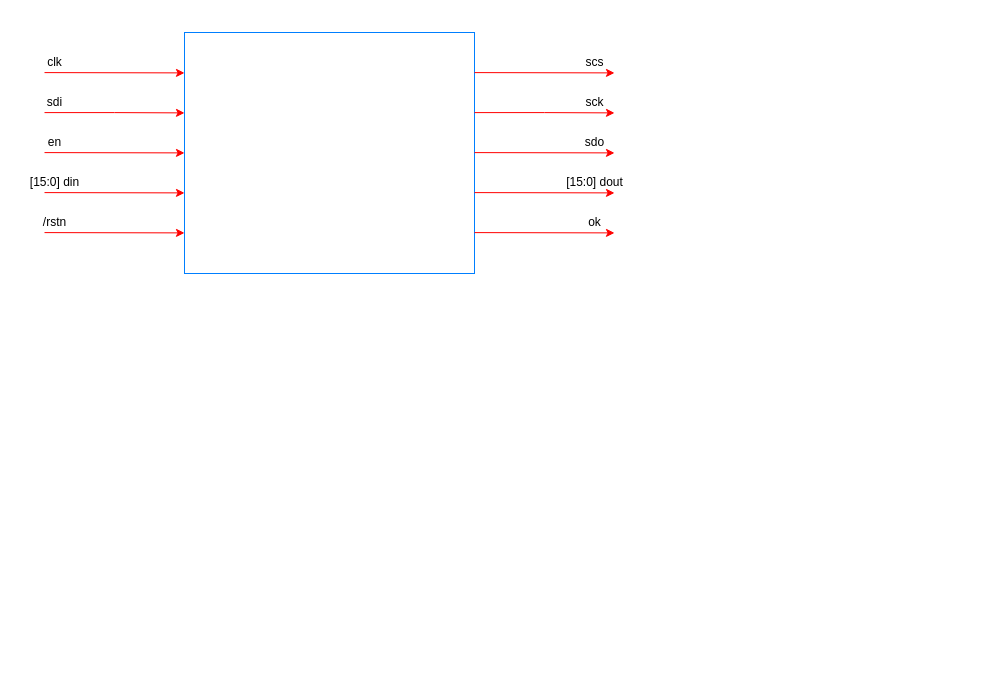
This is page "DA_MD" (1 of 5) of MASTER_SPI.drawio from tenglong88/software_engineer, a draw.io file, before an edit. Source tidied: cells renumbered, new cells numbered last; positions are measured from the earlier drawing's top-left corner, leaving out a move shared by most shapes. Both pictures are drawn from the tidied source at 100%, with x=0, y=0 at pixel (19, 32).
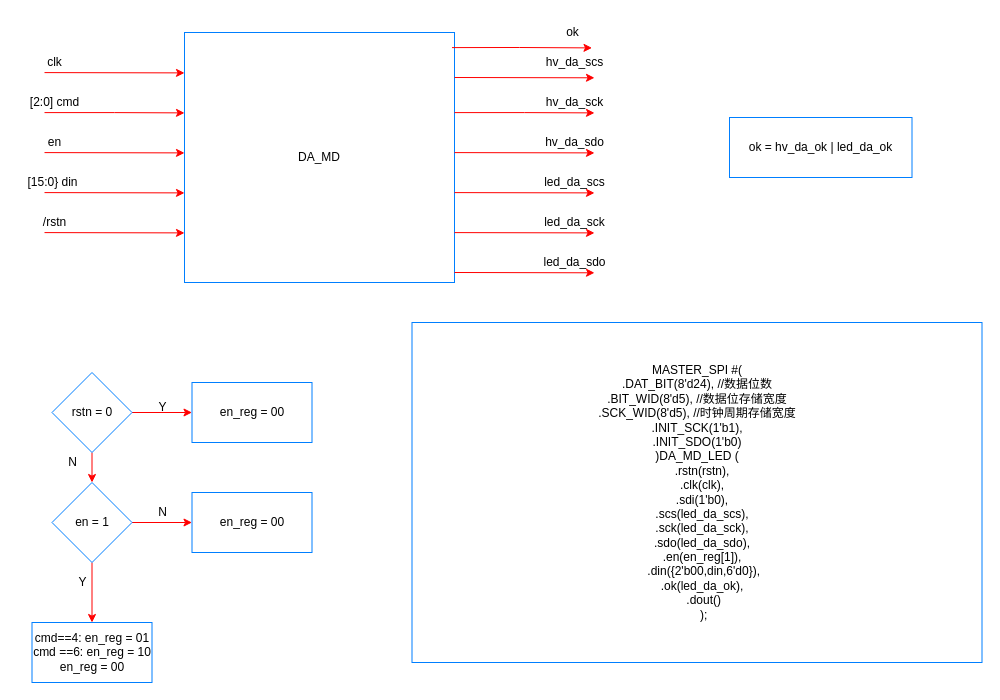
Above is the later version.

Diff of the diagram source:
```diff
@@
-    <mxCell id="2" style="rounded=0;whiteSpace=wrap;html=1;strokeColor=#007FFF;" parent="1" vertex="1">
-      <mxGeometry x="165" width="290" height="241" as="geometry" />
-    </mxCell>
-    <mxCell id="3" style="endArrow=classic;html=1;rounded=0;entryX=0;entryY=0.25;entryDx=0;entryDy=0;strokeColor=#FF0000;" parent="1" edge="1">
-      <mxGeometry relative="1" as="geometry">
-        <mxPoint x="25" y="40.1" as="sourcePoint" />
-        <mxPoint x="165" y="40.4" as="targetPoint" />
-      </mxGeometry>
-    </mxCell>
-    <mxCell id="4" style="endArrow=classic;html=1;rounded=0;entryX=0;entryY=0.25;entryDx=0;entryDy=0;strokeColor=#FF0000;" parent="1" edge="1">
-      <mxGeometry relative="1" as="geometry">
-        <mxPoint x="25" y="80.1" as="sourcePoint" />
-        <mxPoint x="165" y="80.4" as="targetPoint" />
-        <Array as="points">
-          <mxPoint x="95" y="80.1" />
-        </Array>
-      </mxGeometry>
-    </mxCell>
-    <mxCell id="5" style="endArrow=classic;html=1;rounded=0;entryX=0;entryY=0.25;entryDx=0;entryDy=0;strokeColor=#FF0000;" parent="1" edge="1">
-      <mxGeometry relative="1" as="geometry">
-        <mxPoint x="25" y="120.1" as="sourcePoint" />
-        <mxPoint x="165" y="120.4" as="targetPoint" />
-      </mxGeometry>
-    </mxCell>
-    <mxCell id="6" style="endArrow=classic;html=1;rounded=0;entryX=0;entryY=0.25;entryDx=0;entryDy=0;strokeColor=#FF0000;" parent="1" edge="1">
-      <mxGeometry relative="1" as="geometry">
-        <mxPoint x="25" y="160.1" as="sourcePoint" />
-        <mxPoint x="165" y="160.4" as="targetPoint" />
-      </mxGeometry>
-    </mxCell>
-    <mxCell id="7" style="endArrow=classic;html=1;rounded=0;entryX=0;entryY=0.25;entryDx=0;entryDy=0;strokeColor=#FF0000;" parent="1" edge="1">
-      <mxGeometry relative="1" as="geometry">
-        <mxPoint x="25" y="200.1" as="sourcePoint" />
-        <mxPoint x="165" y="200.4" as="targetPoint" />
-      </mxGeometry>
-    </mxCell>
-    <mxCell id="8" style="endArrow=classic;html=1;rounded=0;entryX=0;entryY=0.25;entryDx=0;entryDy=0;strokeColor=#FF0000;" parent="1" edge="1">
-      <mxGeometry relative="1" as="geometry">
-        <mxPoint x="455" y="40.1" as="sourcePoint" />
-        <mxPoint x="595" y="40.4" as="targetPoint" />
-      </mxGeometry>
-    </mxCell>
-    <mxCell id="9" style="endArrow=classic;html=1;rounded=0;entryX=0;entryY=0.25;entryDx=0;entryDy=0;strokeColor=#FF0000;" parent="1" edge="1">
-      <mxGeometry relative="1" as="geometry">
-        <mxPoint x="455" y="80.1" as="sourcePoint" />
-        <mxPoint x="595" y="80.4" as="targetPoint" />
-        <Array as="points">
-          <mxPoint x="525" y="80.1" />
-        </Array>
-      </mxGeometry>
-    </mxCell>
-    <mxCell id="10" style="endArrow=classic;html=1;rounded=0;entryX=0;entryY=0.25;entryDx=0;entryDy=0;strokeColor=#FF0000;" parent="1" edge="1">
-      <mxGeometry relative="1" as="geometry">
-        <mxPoint x="455" y="120.1" as="sourcePoint" />
-        <mxPoint x="595" y="120.4" as="targetPoint" />
-      </mxGeometry>
-    </mxCell>
-    <mxCell id="11" style="endArrow=classic;html=1;rounded=0;entryX=0;entryY=0.25;entryDx=0;entryDy=0;strokeColor=#FF0000;" parent="1" edge="1">
-      <mxGeometry relative="1" as="geometry">
-        <mxPoint x="455" y="160.1" as="sourcePoint" />
-        <mxPoint x="595" y="160.4" as="targetPoint" />
-      </mxGeometry>
-    </mxCell>
-    <mxCell id="12" style="endArrow=classic;html=1;rounded=0;entryX=0;entryY=0.25;entryDx=0;entryDy=0;strokeColor=#FF0000;" parent="1" edge="1">
-      <mxGeometry relative="1" as="geometry">
-        <mxPoint x="455" y="200.1" as="sourcePoint" />
-        <mxPoint x="595" y="200.4" as="targetPoint" />
-      </mxGeometry>
-    </mxCell>
+    <mxCell id="23" value="DA_MD" style="rounded=0;whiteSpace=wrap;html=1;strokeColor=#007FFF;" parent="1" vertex="1">
+      <mxGeometry x="165" width="270" height="250" as="geometry" />
+    </mxCell>
+    <mxCell id="24" style="endArrow=classic;html=1;rounded=0;entryX=0;entryY=0.25;entryDx=0;entryDy=0;strokeColor=#FF0000;" parent="1" edge="1">
+      <mxGeometry relative="1" as="geometry">
+        <mxPoint x="25" y="40.1" as="sourcePoint" />
+        <mxPoint x="165" y="40.4" as="targetPoint" />
+      </mxGeometry>
+    </mxCell>
+    <mxCell id="25" style="endArrow=classic;html=1;rounded=0;entryX=0;entryY=0.25;entryDx=0;entryDy=0;strokeColor=#FF0000;" parent="1" edge="1">
+      <mxGeometry relative="1" as="geometry">
+        <mxPoint x="25" y="80.1" as="sourcePoint" />
+        <mxPoint x="165" y="80.4" as="targetPoint" />
+        <Array as="points">
+          <mxPoint x="95" y="80.1" />
+        </Array>
+      </mxGeometry>
+    </mxCell>
+    <mxCell id="26" style="endArrow=classic;html=1;rounded=0;entryX=0;entryY=0.25;entryDx=0;entryDy=0;strokeColor=#FF0000;" parent="1" edge="1">
+      <mxGeometry relative="1" as="geometry">
+        <mxPoint x="25" y="120.1" as="sourcePoint" />
+        <mxPoint x="165" y="120.4" as="targetPoint" />
+      </mxGeometry>
+    </mxCell>
+    <mxCell id="27" style="endArrow=classic;html=1;rounded=0;entryX=0;entryY=0.25;entryDx=0;entryDy=0;strokeColor=#FF0000;" parent="1" edge="1">
+      <mxGeometry relative="1" as="geometry">
+        <mxPoint x="25" y="160.1" as="sourcePoint" />
+        <mxPoint x="165" y="160.4" as="targetPoint" />
+      </mxGeometry>
+    </mxCell>
+    <mxCell id="28" style="endArrow=classic;html=1;rounded=0;entryX=0;entryY=0.25;entryDx=0;entryDy=0;strokeColor=#FF0000;" parent="1" edge="1">
+      <mxGeometry relative="1" as="geometry">
+        <mxPoint x="25" y="200.1" as="sourcePoint" />
+        <mxPoint x="165" y="200.4" as="targetPoint" />
+      </mxGeometry>
+    </mxCell>
+    <mxCell id="29" style="endArrow=classic;html=1;rounded=0;entryX=0;entryY=0.25;entryDx=0;entryDy=0;strokeColor=#FF0000;" parent="1" edge="1">
+      <mxGeometry relative="1" as="geometry">
+        <mxPoint x="435" y="45" as="sourcePoint" />
+        <mxPoint x="575" y="45.3" as="targetPoint" />
+      </mxGeometry>
+    </mxCell>
+    <mxCell id="30" style="endArrow=classic;html=1;rounded=0;entryX=0;entryY=0.25;entryDx=0;entryDy=0;strokeColor=#FF0000;" parent="1" edge="1">
+      <mxGeometry relative="1" as="geometry">
+        <mxPoint x="435" y="80.1" as="sourcePoint" />
+        <mxPoint x="575" y="80.4" as="targetPoint" />
+        <Array as="points">
+          <mxPoint x="505" y="80.1" />
+        </Array>
+      </mxGeometry>
+    </mxCell>
+    <mxCell id="31" style="endArrow=classic;html=1;rounded=0;entryX=0;entryY=0.25;entryDx=0;entryDy=0;strokeColor=#FF0000;" parent="1" edge="1">
+      <mxGeometry relative="1" as="geometry">
+        <mxPoint x="435" y="120.1" as="sourcePoint" />
+        <mxPoint x="575" y="120.4" as="targetPoint" />
+      </mxGeometry>
+    </mxCell>
+    <mxCell id="32" style="endArrow=classic;html=1;rounded=0;entryX=0;entryY=0.25;entryDx=0;entryDy=0;strokeColor=#FF0000;" parent="1" edge="1">
+      <mxGeometry relative="1" as="geometry">
+        <mxPoint x="435" y="160.1" as="sourcePoint" />
+        <mxPoint x="575" y="160.4" as="targetPoint" />
+      </mxGeometry>
+    </mxCell>
+    <mxCell id="33" style="endArrow=classic;html=1;rounded=0;entryX=0;entryY=0.25;entryDx=0;entryDy=0;strokeColor=#FF0000;" parent="1" edge="1">
+      <mxGeometry relative="1" as="geometry">
+        <mxPoint x="435" y="200.1" as="sourcePoint" />
+        <mxPoint x="575" y="200.4" as="targetPoint" />
+      </mxGeometry>
+    </mxCell>
@@
-    <mxCell id="15" value="sdi" style="text;html=1;align=center;verticalAlign=middle;strokeColor=none;fillColor=none;" parent="1" vertex="1">
-      <mxGeometry x="15" y="55" width="40" height="30" as="geometry" />
-    </mxCell>
+    <mxCell id="34" value="[2:0] cmd" style="text;html=1;align=center;verticalAlign=middle;strokeColor=none;fillColor=none;" parent="1" vertex="1">
+      <mxGeometry y="55" width="70" height="30" as="geometry" />
+    </mxCell>
@@
-    <mxCell id="17" value="[15:0] din" style="text;html=1;align=center;verticalAlign=middle;strokeColor=none;fillColor=none;" parent="1" vertex="1">
-      <mxGeometry y="135" width="70" height="30" as="geometry" />
-    </mxCell>
-    <mxCell id="18" value="scs" style="text;html=1;align=center;verticalAlign=middle;strokeColor=none;fillColor=none;" parent="1" vertex="1">
-      <mxGeometry x="555" y="15" width="40" height="30" as="geometry" />
-    </mxCell>
-    <mxCell id="19" value="sck" style="text;html=1;align=center;verticalAlign=middle;strokeColor=none;fillColor=none;" parent="1" vertex="1">
-      <mxGeometry x="555" y="55" width="40" height="30" as="geometry" />
-    </mxCell>
-    <mxCell id="20" value="sdo" style="text;html=1;align=center;verticalAlign=middle;strokeColor=none;fillColor=none;" parent="1" vertex="1">
-      <mxGeometry x="555" y="95" width="40" height="30" as="geometry" />
-    </mxCell>
-    <mxCell id="21" value="[15:0] dout" style="text;html=1;align=center;verticalAlign=middle;strokeColor=none;fillColor=none;" parent="1" vertex="1">
-      <mxGeometry x="535" y="135" width="80" height="30" as="geometry" />
-    </mxCell>
+    <mxCell id="35" value="hv_da_scs" style="text;html=1;align=center;verticalAlign=middle;strokeColor=none;fillColor=none;" parent="1" vertex="1">
+      <mxGeometry x="515" y="15" width="80" height="30" as="geometry" />
+    </mxCell>
+    <mxCell id="36" value="hv_da_sck" style="text;html=1;align=center;verticalAlign=middle;strokeColor=none;fillColor=none;" parent="1" vertex="1">
+      <mxGeometry x="515" y="55" width="80" height="30" as="geometry" />
+    </mxCell>
+    <mxCell id="37" value="hv_da_sdo" style="text;html=1;align=center;verticalAlign=middle;strokeColor=none;fillColor=none;" parent="1" vertex="1">
+      <mxGeometry x="515" y="95" width="80" height="30" as="geometry" />
+    </mxCell>
+    <mxCell id="38" value="led_da_scs" style="text;html=1;align=center;verticalAlign=middle;strokeColor=none;fillColor=none;" parent="1" vertex="1">
+      <mxGeometry x="515" y="135" width="80" height="30" as="geometry" />
+    </mxCell>
+    <mxCell id="39" value="led_da_sck" style="text;html=1;align=center;verticalAlign=middle;strokeColor=none;fillColor=none;" parent="1" vertex="1">
+      <mxGeometry x="515" y="175" width="80" height="30" as="geometry" />
+    </mxCell>
+    <mxCell id="40" value="[15:0} din" style="text;html=1;align=center;verticalAlign=middle;strokeColor=none;fillColor=none;" parent="1" vertex="1">
+      <mxGeometry x="-2.5" y="135" width="70" height="30" as="geometry" />
+    </mxCell>
+    <mxCell id="41" style="endArrow=classic;html=1;rounded=0;entryX=0;entryY=0.25;entryDx=0;entryDy=0;strokeColor=#FF0000;" parent="1" edge="1">
+      <mxGeometry relative="1" as="geometry">
+        <mxPoint x="435" y="240" as="sourcePoint" />
+        <mxPoint x="575" y="240.3" as="targetPoint" />
+      </mxGeometry>
+    </mxCell>
+    <mxCell id="42" value="led_da_sdo" style="text;html=1;align=center;verticalAlign=middle;strokeColor=none;fillColor=none;" parent="1" vertex="1">
+      <mxGeometry x="510" y="215" width="90" height="30" as="geometry" />
+    </mxCell>
+    <mxCell id="43" style="endArrow=classic;html=1;rounded=0;entryX=0;entryY=0.25;entryDx=0;entryDy=0;strokeColor=#FF0000;" parent="1" edge="1">
+      <mxGeometry relative="1" as="geometry">
+        <mxPoint x="432.5" y="15.1" as="sourcePoint" />
+        <mxPoint x="572.5" y="15.4" as="targetPoint" />
+        <Array as="points">
+          <mxPoint x="500" y="15" />
+        </Array>
+      </mxGeometry>
+    </mxCell>
     <mxCell id="22" value="ok" style="text;html=1;align=center;verticalAlign=middle;strokeColor=none;fillColor=none;" parent="1" vertex="1">
-      <mxGeometry x="555" y="175" width="40" height="30" as="geometry" />
+      <mxGeometry x="532.5" y="-15" width="40" height="30" as="geometry" />
     </mxCell>
+    <mxCell id="44" value="ok = hv_da_ok | led_da_ok" style="rounded=0;whiteSpace=wrap;html=1;strokeColor=#007FFF;" parent="1" vertex="1">
+      <mxGeometry x="710" y="85" width="182.5" height="60" as="geometry" />
+    </mxCell>
+    <mxCell id="45" style="edgeStyle=orthogonalEdgeStyle;rounded=0;jettySize=auto;html=1;exitX=1;exitY=0.5;exitDx=0;exitDy=0;entryX=0;entryY=0.5;entryDx=0;entryDy=0;strokeColor=#FF0000;" parent="1" edge="1" source="47" target="48">
+      <mxGeometry relative="1" as="geometry" />
+    </mxCell>
+    <mxCell id="46" style="edgeStyle=orthogonalEdgeStyle;rounded=0;jettySize=auto;html=1;exitX=0.5;exitY=1;exitDx=0;exitDy=0;entryX=0.5;entryY=0;entryDx=0;entryDy=0;strokeColor=#FF0000;" parent="1" edge="1" source="47" target="51">
+      <mxGeometry relative="1" as="geometry" />
+    </mxCell>
+    <mxCell id="47" value="rstn = 0" style="rhombus;whiteSpace=wrap;html=1;strokeColor=#007FFF;" parent="1" vertex="1">
+      <mxGeometry x="32.5" y="340" width="80" height="80" as="geometry" />
+    </mxCell>
+    <mxCell id="48" value="en_reg = 00" style="rounded=0;whiteSpace=wrap;html=1;strokeColor=#007FFF;" parent="1" vertex="1">
+      <mxGeometry x="172.5" y="350" width="120" height="60" as="geometry" />
+    </mxCell>
+    <mxCell id="49" style="edgeStyle=orthogonalEdgeStyle;rounded=0;jettySize=auto;html=1;exitX=1;exitY=0.5;exitDx=0;exitDy=0;entryX=0;entryY=0.5;entryDx=0;entryDy=0;strokeColor=#FF0000;" parent="1" edge="1" source="51" target="52">
+      <mxGeometry relative="1" as="geometry" />
+    </mxCell>
+    <mxCell id="50" style="edgeStyle=orthogonalEdgeStyle;rounded=0;jettySize=auto;html=1;exitX=0.5;exitY=1;exitDx=0;exitDy=0;strokeColor=#FF0000;" parent="1" edge="1" source="51" target="53">
+      <mxGeometry relative="1" as="geometry" />
+    </mxCell>
+    <mxCell id="51" value="en = 1" style="rhombus;whiteSpace=wrap;html=1;strokeColor=#007FFF;" parent="1" vertex="1">
+      <mxGeometry x="32.5" y="450" width="80" height="80" as="geometry" />
+    </mxCell>
+    <mxCell id="52" value="en_reg = 00" style="rounded=0;whiteSpace=wrap;html=1;strokeColor=#007FFF;" parent="1" vertex="1">
+      <mxGeometry x="172.5" y="460" width="120" height="60" as="geometry" />
+    </mxCell>
+    <mxCell id="53" value="cmd==4: en_reg = 01&lt;br&gt;cmd ==6: en_reg = 10&lt;br&gt;en_reg = 00" style="rounded=0;whiteSpace=wrap;html=1;strokeColor=#007FFF;" parent="1" vertex="1">
+      <mxGeometry x="12.5" y="590" width="120" height="60" as="geometry" />
+    </mxCell>
+    <mxCell id="54" value="Y" style="text;html=1;align=center;verticalAlign=middle;strokeColor=none;fillColor=none;" parent="1" vertex="1">
+      <mxGeometry x="127.5" y="360" width="30" height="30" as="geometry" />
+    </mxCell>
+    <mxCell id="55" value="N" style="text;html=1;align=center;verticalAlign=middle;strokeColor=none;fillColor=none;" parent="1" vertex="1">
+      <mxGeometry x="37.5" y="415" width="30" height="30" as="geometry" />
+    </mxCell>
+    <mxCell id="56" value="Y" style="text;html=1;align=center;verticalAlign=middle;strokeColor=none;fillColor=none;" parent="1" vertex="1">
+      <mxGeometry x="47.5" y="535" width="30" height="30" as="geometry" />
+    </mxCell>
+    <mxCell id="57" value="N" style="text;html=1;align=center;verticalAlign=middle;strokeColor=none;fillColor=none;" parent="1" vertex="1">
+      <mxGeometry x="127.5" y="465" width="30" height="30" as="geometry" />
+    </mxCell>
+    <mxCell id="58" value="&lt;div&gt;MASTER_SPI #(&lt;/div&gt;&lt;div&gt;&lt;span style=&quot;&quot;&gt; &lt;/span&gt;.DAT_BIT(8'd24),&lt;span style=&quot;&quot;&gt; &lt;/span&gt;//数据位数&lt;/div&gt;&lt;div&gt;&lt;span style=&quot;&quot;&gt; &lt;/span&gt;.BIT_WID(8'd5),&lt;span style=&quot;&quot;&gt; &lt;/span&gt;//数据位存储宽度&lt;/div&gt;&lt;div&gt;&lt;span style=&quot;&quot;&gt; &lt;/span&gt;.SCK_WID(8'd5),&lt;span style=&quot;&quot;&gt; &lt;/span&gt;//时钟周期存储宽度&lt;/div&gt;&lt;div&gt;&lt;span style=&quot;&quot;&gt; &lt;/span&gt;.INIT_SCK(1'b1),&lt;/div&gt;&lt;div&gt;&lt;span style=&quot;&quot;&gt; &lt;/span&gt;.INIT_SDO(1'b0)&lt;/div&gt;&lt;div&gt;)DA_MD_LED (&lt;/div&gt;&lt;div&gt;&amp;nbsp; &amp;nbsp; .rstn(rstn),&amp;nbsp;&lt;/div&gt;&lt;div&gt;&amp;nbsp; &amp;nbsp; .clk(clk),&amp;nbsp;&lt;/div&gt;&lt;div&gt;&amp;nbsp; &amp;nbsp; .sdi(1'b0),&amp;nbsp;&lt;/div&gt;&lt;div&gt;&amp;nbsp; &amp;nbsp; .scs(led_da_scs),&amp;nbsp;&lt;/div&gt;&lt;div&gt;&amp;nbsp; &amp;nbsp; .sck(led_da_sck),&amp;nbsp;&lt;/div&gt;&lt;div&gt;&amp;nbsp; &amp;nbsp; .sdo(led_da_sdo),&amp;nbsp;&lt;/div&gt;&lt;div&gt;&amp;nbsp; &amp;nbsp; .en(en_reg[1]),&amp;nbsp;&lt;/div&gt;&lt;div&gt;&amp;nbsp; &amp;nbsp; .din({2'b00,din,6'd0}),&lt;/div&gt;&lt;div&gt;&amp;nbsp; &amp;nbsp; .ok(led_da_ok),&amp;nbsp;&lt;/div&gt;&lt;div&gt;&amp;nbsp; &amp;nbsp; .dout()&lt;/div&gt;&lt;div&gt;&amp;nbsp; &amp;nbsp; );&lt;/div&gt;" style="rounded=0;whiteSpace=wrap;html=1;strokeColor=#007FFF;" parent="1" vertex="1">
+      <mxGeometry x="392.5" y="290" width="570" height="340" as="geometry" />
+    </mxCell>
```
